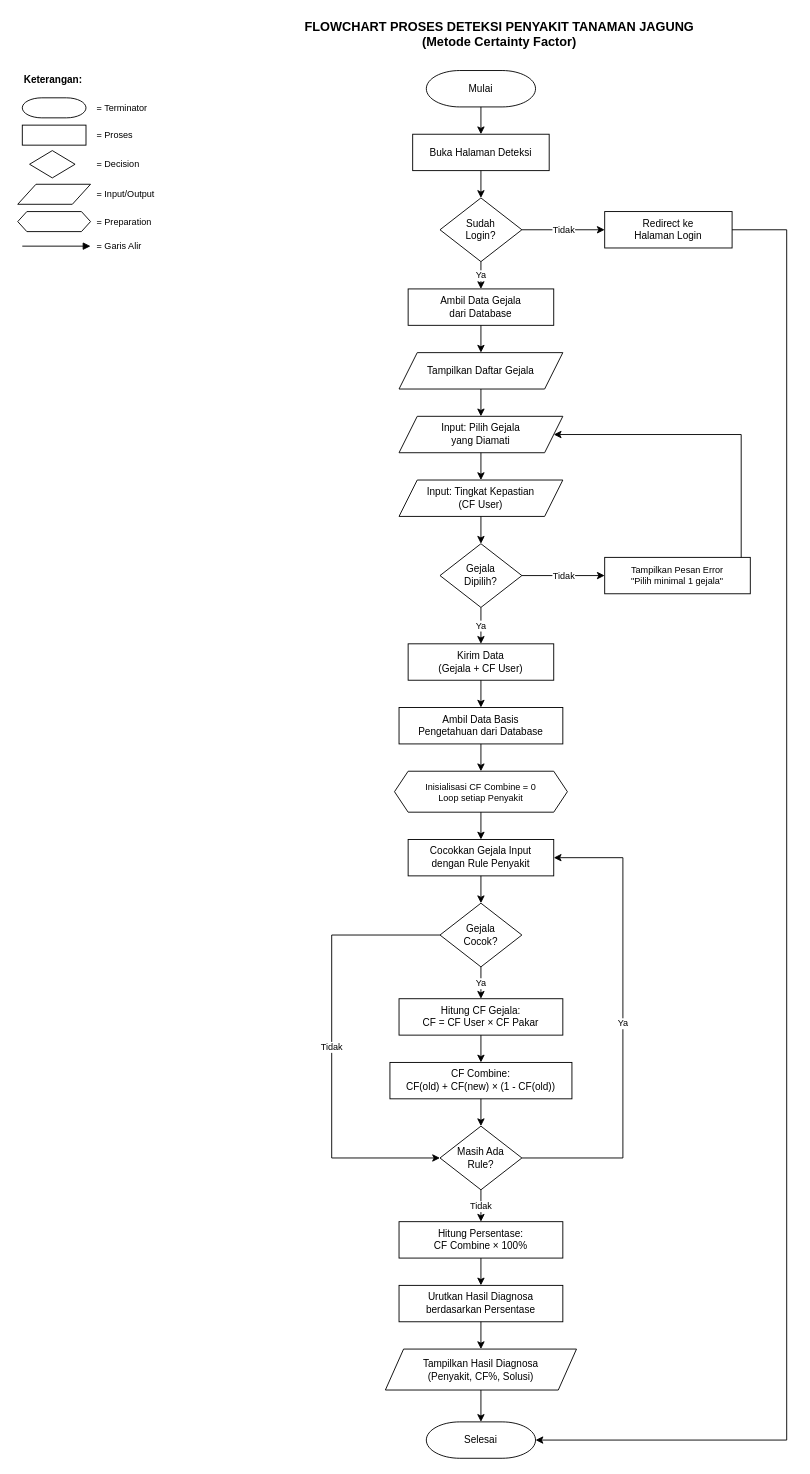
This is diagram/flowchart/flowchart_deteksi.drawio from NarmadaWeb/pakar-jagung, a draw.io file, before an edit. Source tidied: cells renumbered, new cells numbered last; positions are measured from the earlier drawing's top-left corner, leaving out a move shared by most shapes. Both pictures are drawn from the tidied source at 91%, with x=0, y=0 at pixel (17, 15).
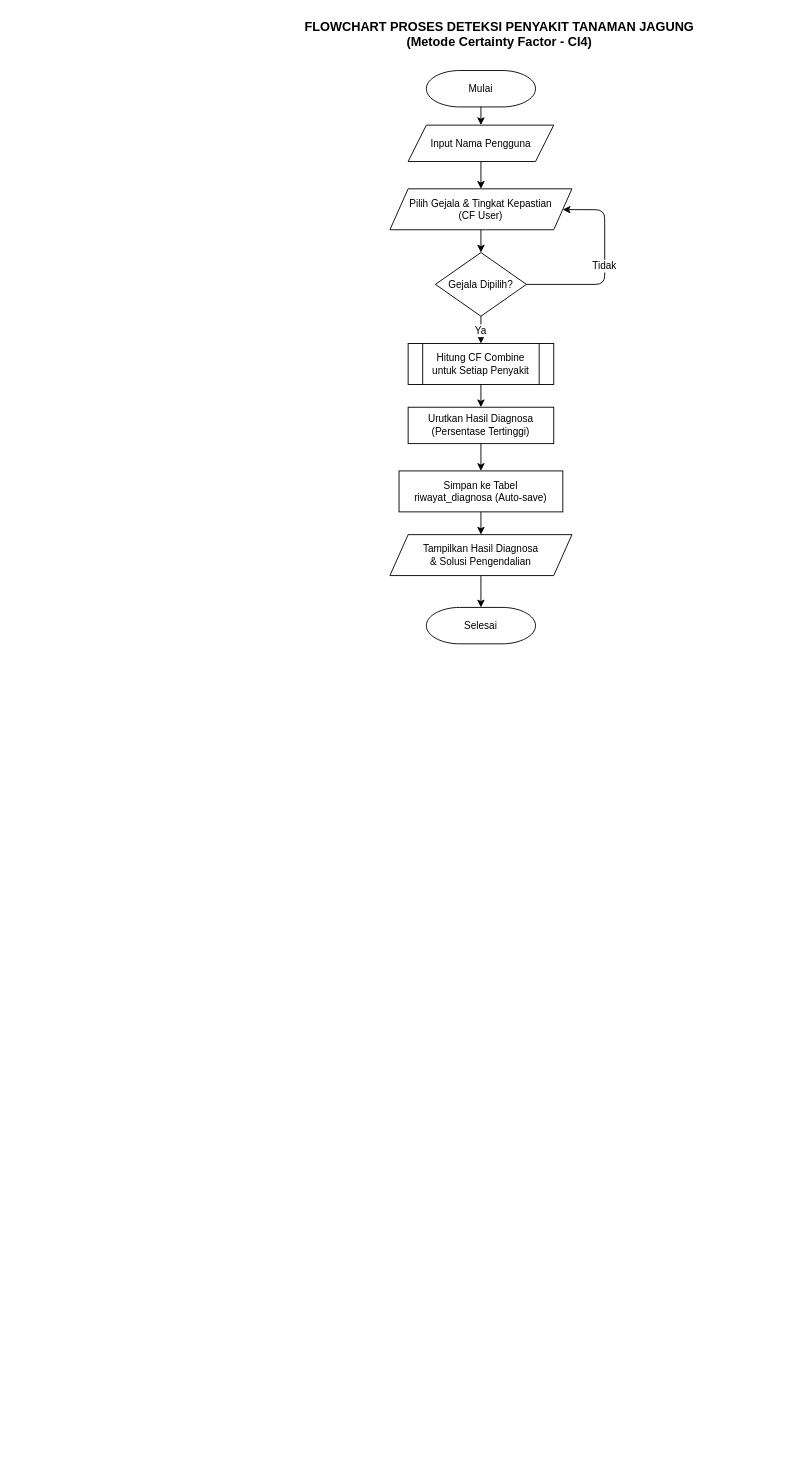
Above is the later version.

Unchanged cells that the change refers to:
```xml
<mxCell id="3" value="Mulai" style="shape=mxgraph.flowchart.terminator;whiteSpace=wrap;html=1;fillColor=#FFFFFF;strokeColor=#000000;fontSize=11;" parent="1" vertex="1">
  <mxGeometry x="449" y="60" width="120" height="40" as="geometry" />
</mxCell>
```

Change to the diagram source:
```diff
@@
-    <mxCell id="2" value="FLOWCHART PROSES DETEKSI PENYAKIT TANAMAN JAGUNG&#10;(Metode Certainty Factor)" style="text;html=1;strokeColor=none;fillColor=none;align=center;verticalAlign=middle;fontSize=14;fontStyle=1;fontColor=#000000;" parent="1" vertex="1">
+    <mxCell id="2" value="FLOWCHART PROSES DETEKSI PENYAKIT TANAMAN JAGUNG&#10;(Metode Certainty Factor - CI4)" style="text;html=1;strokeColor=none;fillColor=none;align=center;verticalAlign=middle;fontSize=14;fontStyle=1;fontColor=#000000;" parent="1" vertex="1">
       <mxGeometry x="229" width="600" height="40" as="geometry" />
     </mxCell>
@@
-    <mxCell id="4" value="Buka Halaman Deteksi" style="rounded=0;whiteSpace=wrap;html=1;fillColor=#FFFFFF;strokeColor=#000000;fontSize=11;" parent="1" vertex="1">
-      <mxGeometry x="434" y="130" width="150" height="40" as="geometry" />
-    </mxCell>
-    <mxCell id="5" value="Sudah&#10;Login?" style="rhombus;whiteSpace=wrap;html=1;fillColor=#FFFFFF;strokeColor=#000000;fontSize=11;" parent="1" vertex="1">
-      <mxGeometry x="464" y="200" width="90" height="70" as="geometry" />
-    </mxCell>
-    <mxCell id="6" value="Redirect ke&#10;Halaman Login" style="rounded=0;whiteSpace=wrap;html=1;fillColor=#FFFFFF;strokeColor=#000000;fontSize=11;" parent="1" vertex="1">
-      <mxGeometry x="645" y="215" width="140" height="40" as="geometry" />
-    </mxCell>
-    <mxCell id="7" value="Ambil Data Gejala&#10;dari Database" style="rounded=0;whiteSpace=wrap;html=1;fillColor=#FFFFFF;strokeColor=#000000;fontSize=11;" parent="1" vertex="1">
-      <mxGeometry x="429" y="300" width="160" height="40" as="geometry" />
-    </mxCell>
-    <mxCell id="8" value="Tampilkan Daftar Gejala" style="shape=parallelogram;perimeter=parallelogramPerimeter;whiteSpace=wrap;html=1;fillColor=#FFFFFF;strokeColor=#000000;fontSize=11;fixedSize=1;" parent="1" vertex="1">
-      <mxGeometry x="419" y="370" width="180" height="40" as="geometry" />
-    </mxCell>
-    <mxCell id="9" value="Input: Pilih Gejala&#10;yang Diamati" style="shape=parallelogram;perimeter=parallelogramPerimeter;whiteSpace=wrap;html=1;fillColor=#FFFFFF;strokeColor=#000000;fontSize=11;fixedSize=1;" parent="1" vertex="1">
-      <mxGeometry x="419" y="440" width="180" height="40" as="geometry" />
-    </mxCell>
-    <mxCell id="10" value="Input: Tingkat Kepastian&#10;(CF User)" style="shape=parallelogram;perimeter=parallelogramPerimeter;whiteSpace=wrap;html=1;fillColor=#FFFFFF;strokeColor=#000000;fontSize=11;fixedSize=1;" parent="1" vertex="1">
-      <mxGeometry x="419" y="510" width="180" height="40" as="geometry" />
-    </mxCell>
+    <mxCell id="63" value="Input Nama Pengguna" style="shape=parallelogram;perimeter=parallelogramPerimeter;whiteSpace=wrap;html=1;fillColor=#FFFFFF;strokeColor=#000000;fontSize=11;fixedSize=1;" parent="1" vertex="1">
+      <mxGeometry x="429" y="120" width="160" height="40" as="geometry" />
+    </mxCell>
+    <mxCell id="64" value="Pilih Gejala &amp; Tingkat Kepastian&#10;(CF User)" style="shape=parallelogram;perimeter=parallelogramPerimeter;whiteSpace=wrap;html=1;fillColor=#FFFFFF;strokeColor=#000000;fontSize=11;fixedSize=1;" parent="1" vertex="1">
+      <mxGeometry x="409" y="190" width="200" height="45" as="geometry" />
+    </mxCell>
-    <mxCell id="11" value="Gejala&#10;Dipilih?" style="rhombus;whiteSpace=wrap;html=1;fillColor=#FFFFFF;strokeColor=#000000;fontSize=11;" parent="1" vertex="1">
-      <mxGeometry x="464" y="580" width="90" height="70" as="geometry" />
+    <mxCell id="11" value="Gejala Dipilih?" style="rhombus;whiteSpace=wrap;html=1;fillColor=#FFFFFF;strokeColor=#000000;fontSize=11;" parent="1" vertex="1">
+      <mxGeometry x="459" y="260" width="100" height="70" as="geometry" />
     </mxCell>
-    <mxCell id="12" value="Tampilkan Pesan Error&#10;&quot;Pilih minimal 1 gejala&quot;" style="rounded=0;whiteSpace=wrap;html=1;fillColor=#FFFFFF;strokeColor=#000000;fontSize=10;" parent="1" vertex="1">
-      <mxGeometry x="645" y="595" width="160" height="40" as="geometry" />
-    </mxCell>
-    <mxCell id="13" value="Kirim Data&#10;(Gejala + CF User)" style="rounded=0;whiteSpace=wrap;html=1;fillColor=#FFFFFF;strokeColor=#000000;fontSize=11;" parent="1" vertex="1">
-      <mxGeometry x="429" y="690" width="160" height="40" as="geometry" />
-    </mxCell>
-    <mxCell id="14" value="Ambil Data Basis&#10;Pengetahuan dari Database" style="rounded=0;whiteSpace=wrap;html=1;fillColor=#FFFFFF;strokeColor=#000000;fontSize=11;" parent="1" vertex="1">
-      <mxGeometry x="419" y="760" width="180" height="40" as="geometry" />
-    </mxCell>
-    <mxCell id="15" value="Inisialisasi CF Combine = 0&#10;Loop setiap Penyakit" style="shape=hexagon;perimeter=hexagonPerimeter2;whiteSpace=wrap;html=1;fillColor=#FFFFFF;strokeColor=#000000;fontSize=10;fixedSize=1;size=15;" parent="1" vertex="1">
-      <mxGeometry x="414" y="830" width="190" height="45" as="geometry" />
-    </mxCell>
-    <mxCell id="16" value="Cocokkan Gejala Input&#10;dengan Rule Penyakit" style="rounded=0;whiteSpace=wrap;html=1;fillColor=#FFFFFF;strokeColor=#000000;fontSize=11;fontColor=#000000;" parent="1" vertex="1">
-      <mxGeometry x="429" y="905" width="160" height="40" as="geometry" />
-    </mxCell>
-    <mxCell id="17" value="Gejala&#10;Cocok?" style="rhombus;whiteSpace=wrap;html=1;fillColor=#FFFFFF;strokeColor=#000000;fontSize=11;" parent="1" vertex="1">
-      <mxGeometry x="464" y="975" width="90" height="70" as="geometry" />
-    </mxCell>
-    <mxCell id="18" value="Hitung CF Gejala:&#10;CF = CF User × CF Pakar" style="rounded=0;whiteSpace=wrap;html=1;fillColor=#FFFFFF;strokeColor=#000000;fontSize=11;" parent="1" vertex="1">
-      <mxGeometry x="419" y="1080" width="180" height="40" as="geometry" />
-    </mxCell>
-    <mxCell id="19" value="CF Combine:&#10;CF(old) + CF(new) × (1 - CF(old))" style="rounded=0;whiteSpace=wrap;html=1;fillColor=#FFFFFF;strokeColor=#000000;fontSize=11;" parent="1" vertex="1">
-      <mxGeometry x="409" y="1150" width="200" height="40" as="geometry" />
-    </mxCell>
-    <mxCell id="20" value="Masih Ada&#10;Rule?" style="rhombus;whiteSpace=wrap;html=1;fillColor=#FFFFFF;strokeColor=#000000;fontSize=11;" parent="1" vertex="1">
-      <mxGeometry x="464" y="1220" width="90" height="70" as="geometry" />
-    </mxCell>
-    <mxCell id="21" value="Hitung Persentase:&#10;CF Combine × 100%" style="rounded=0;whiteSpace=wrap;html=1;fillColor=#FFFFFF;strokeColor=#000000;fontSize=11;" parent="1" vertex="1">
-      <mxGeometry x="419" y="1325" width="180" height="40" as="geometry" />
-    </mxCell>
-    <mxCell id="22" value="Urutkan Hasil Diagnosa&#10;berdasarkan Persentase" style="rounded=0;whiteSpace=wrap;html=1;fillColor=#FFFFFF;strokeColor=#000000;fontSize=11;" parent="1" vertex="1">
-      <mxGeometry x="419" y="1395" width="180" height="40" as="geometry" />
-    </mxCell>
+    <mxCell id="65" value="Hitung CF Combine&#10;untuk Setiap Penyakit" style="shape=process;whiteSpace=wrap;html=1;fillColor=#FFFFFF;strokeColor=#000000;fontSize=11;size=0.1;" parent="1" vertex="1">
+      <mxGeometry x="429" y="360" width="160" height="45" as="geometry" />
+    </mxCell>
+    <mxCell id="66" value="Urutkan Hasil Diagnosa&#10;(Persentase Tertinggi)" style="rounded=0;whiteSpace=wrap;html=1;fillColor=#FFFFFF;strokeColor=#000000;fontSize=11;" parent="1" vertex="1">
+      <mxGeometry x="429" y="430" width="160" height="40" as="geometry" />
+    </mxCell>
+    <mxCell id="67" value="Simpan ke Tabel&#10;riwayat_diagnosa (Auto-save)" style="rounded=0;whiteSpace=wrap;html=1;fillColor=#FFFFFF;strokeColor=#000000;fontSize=11;" parent="1" vertex="1">
+      <mxGeometry x="419" y="500" width="180" height="45" as="geometry" />
+    </mxCell>
-    <mxCell id="23" value="Tampilkan Hasil Diagnosa&#10;(Penyakit, CF%, Solusi)" style="shape=parallelogram;perimeter=parallelogramPerimeter;whiteSpace=wrap;html=1;fillColor=#FFFFFF;strokeColor=#000000;fontSize=11;fixedSize=1;" parent="1" vertex="1">
-      <mxGeometry x="404" y="1465" width="210" height="45" as="geometry" />
+    <mxCell id="23" value="Tampilkan Hasil Diagnosa&#10;&amp; Solusi Pengendalian" style="shape=parallelogram;perimeter=parallelogramPerimeter;whiteSpace=wrap;html=1;fillColor=#FFFFFF;strokeColor=#000000;fontSize=11;fixedSize=1;" parent="1" vertex="1">
+      <mxGeometry x="409" y="570" width="200" height="45" as="geometry" />
     </mxCell>
     <mxCell id="24" value="Selesai" style="shape=mxgraph.flowchart.terminator;whiteSpace=wrap;html=1;fillColor=#FFFFFF;strokeColor=#000000;fontSize=11;" parent="1" vertex="1">
-      <mxGeometry x="449" y="1545" width="120" height="40" as="geometry" />
+      <mxGeometry x="449" y="650" width="120" height="40" as="geometry" />
     </mxCell>
-    <mxCell id="25" style="edgeStyle=orthogonalEdgeStyle;rounded=0;html=1;strokeColor=#000000;" parent="1" edge="1" source="3" target="4">
+    <mxCell id="25" parent="1" edge="1" source="3" target="63">
       <mxGeometry relative="1" as="geometry" />
     </mxCell>
-    <mxCell id="26" style="edgeStyle=orthogonalEdgeStyle;rounded=0;html=1;strokeColor=#000000;" parent="1" edge="1" source="4" target="5">
+    <mxCell id="26" parent="1" edge="1" source="63" target="64">
       <mxGeometry relative="1" as="geometry" />
     </mxCell>
-    <mxCell id="27" value="Tidak" style="edgeStyle=orthogonalEdgeStyle;rounded=0;html=1;strokeColor=#000000;fontSize=10;" parent="1" edge="1" source="5" target="6">
+    <mxCell id="27" parent="1" edge="1" source="64" target="11">
       <mxGeometry relative="1" as="geometry" />
     </mxCell>
-    <mxCell id="28" style="edgeStyle=orthogonalEdgeStyle;rounded=0;html=1;strokeColor=#000000;" parent="1" edge="1" source="6" target="24">
-      <mxGeometry relative="1" as="geometry">
-        <Array as="points">
-          <mxPoint x="845" y="235" />
-          <mxPoint x="845" y="1565" />
-        </Array>
-      </mxGeometry>
-    </mxCell>
-    <mxCell id="29" value="Ya" style="edgeStyle=orthogonalEdgeStyle;rounded=0;html=1;strokeColor=#000000;fontSize=10;" parent="1" edge="1" source="5" target="7">
+    <mxCell id="29" value="Ya" parent="1" edge="1" source="11" target="65">
       <mxGeometry relative="1" as="geometry" />
     </mxCell>
-    <mxCell id="30" style="edgeStyle=orthogonalEdgeStyle;rounded=0;html=1;strokeColor=#000000;" parent="1" edge="1" source="7" target="8">
-      <mxGeometry relative="1" as="geometry" />
+    <mxCell id="30" value="Tidak" parent="1" edge="1" source="11" target="64">
+      <mxGeometry relative="1" as="geometry">
+        <Array as="points">
+          <mxPoint x="645" y="295" />
+          <mxPoint x="645" y="213" />
+        </Array>
+      </mxGeometry>
     </mxCell>
-    <mxCell id="31" style="edgeStyle=orthogonalEdgeStyle;rounded=0;html=1;strokeColor=#000000;" parent="1" edge="1" source="8" target="9">
+    <mxCell id="31" parent="1" edge="1" source="65" target="66">
       <mxGeometry relative="1" as="geometry" />
     </mxCell>
-    <mxCell id="32" style="edgeStyle=orthogonalEdgeStyle;rounded=0;html=1;strokeColor=#000000;" parent="1" edge="1" source="9" target="10">
+    <mxCell id="32" parent="1" edge="1" source="66" target="67">
       <mxGeometry relative="1" as="geometry" />
     </mxCell>
-    <mxCell id="33" style="edgeStyle=orthogonalEdgeStyle;rounded=0;html=1;strokeColor=#000000;" parent="1" edge="1" source="10" target="11">
+    <mxCell id="33" parent="1" edge="1" source="67" target="23">
       <mxGeometry relative="1" as="geometry" />
     </mxCell>
-    <mxCell id="34" value="Tidak" style="edgeStyle=orthogonalEdgeStyle;rounded=0;html=1;strokeColor=#000000;fontSize=10;" parent="1" edge="1" source="11" target="12">
+    <mxCell id="34" parent="1" edge="1" source="23" target="24">
       <mxGeometry relative="1" as="geometry" />
     </mxCell>
-    <mxCell id="35" style="edgeStyle=orthogonalEdgeStyle;rounded=0;html=1;strokeColor=#000000;" parent="1" edge="1" source="12" target="9">
-      <mxGeometry relative="1" as="geometry">
-        <Array as="points">
-          <mxPoint x="795" y="460" />
-        </Array>
-      </mxGeometry>
-    </mxCell>
-    <mxCell id="36" value="Ya" style="edgeStyle=orthogonalEdgeStyle;rounded=0;html=1;strokeColor=#000000;fontSize=10;" parent="1" edge="1" source="11" target="13">
-      <mxGeometry relative="1" as="geometry" />
-    </mxCell>
-    <mxCell id="37" style="edgeStyle=orthogonalEdgeStyle;rounded=0;html=1;strokeColor=#000000;" parent="1" edge="1" source="13" target="14">
-      <mxGeometry relative="1" as="geometry" />
-    </mxCell>
-    <mxCell id="38" style="edgeStyle=orthogonalEdgeStyle;rounded=0;html=1;strokeColor=#000000;" parent="1" edge="1" source="14" target="15">
-      <mxGeometry relative="1" as="geometry" />
-    </mxCell>
-    <mxCell id="39" style="edgeStyle=orthogonalEdgeStyle;rounded=0;html=1;strokeColor=#000000;" parent="1" edge="1" source="15" target="16">
-      <mxGeometry relative="1" as="geometry" />
-    </mxCell>
-    <mxCell id="40" style="edgeStyle=orthogonalEdgeStyle;rounded=0;html=1;strokeColor=#000000;" parent="1" edge="1" source="16" target="17">
-      <mxGeometry relative="1" as="geometry" />
-    </mxCell>
-    <mxCell id="41" value="Tidak" style="edgeStyle=orthogonalEdgeStyle;rounded=0;html=1;strokeColor=#000000;fontSize=10;" parent="1" edge="1" source="17" target="20">
-      <mxGeometry relative="1" as="geometry">
-        <Array as="points">
-          <mxPoint x="345" y="1010" />
-          <mxPoint x="345" y="1255" />
-        </Array>
-      </mxGeometry>
-    </mxCell>
-    <mxCell id="42" value="Ya" style="edgeStyle=orthogonalEdgeStyle;rounded=0;html=1;strokeColor=#000000;fontSize=10;" parent="1" edge="1" source="17" target="18">
-      <mxGeometry relative="1" as="geometry" />
-    </mxCell>
-    <mxCell id="43" style="edgeStyle=orthogonalEdgeStyle;rounded=0;html=1;strokeColor=#000000;" parent="1" edge="1" source="18" target="19">
-      <mxGeometry relative="1" as="geometry" />
-    </mxCell>
-    <mxCell id="44" style="edgeStyle=orthogonalEdgeStyle;rounded=0;html=1;strokeColor=#000000;" parent="1" edge="1" source="19" target="20">
-      <mxGeometry relative="1" as="geometry" />
-    </mxCell>
-    <mxCell id="45" value="Ya" style="edgeStyle=orthogonalEdgeStyle;rounded=0;html=1;strokeColor=#000000;fontSize=10;" parent="1" edge="1" source="20" target="16">
-      <mxGeometry relative="1" as="geometry">
-        <Array as="points">
-          <mxPoint x="665" y="1255" />
-          <mxPoint x="665" y="925" />
-        </Array>
-      </mxGeometry>
-    </mxCell>
-    <mxCell id="46" value="Tidak" style="edgeStyle=orthogonalEdgeStyle;rounded=0;html=1;strokeColor=#000000;fontSize=10;" parent="1" edge="1" source="20" target="21">
-      <mxGeometry relative="1" as="geometry" />
-    </mxCell>
-    <mxCell id="47" style="edgeStyle=orthogonalEdgeStyle;rounded=0;html=1;strokeColor=#000000;" parent="1" edge="1" source="21" target="22">
-      <mxGeometry relative="1" as="geometry" />
-    </mxCell>
-    <mxCell id="48" style="edgeStyle=orthogonalEdgeStyle;rounded=0;html=1;strokeColor=#000000;" parent="1" edge="1" source="22" target="23">
-      <mxGeometry relative="1" as="geometry" />
-    </mxCell>
-    <mxCell id="49" style="edgeStyle=orthogonalEdgeStyle;rounded=0;html=1;strokeColor=#000000;" parent="1" edge="1" source="23" target="24">
-      <mxGeometry relative="1" as="geometry" />
-    </mxCell>
-    <mxCell id="50" value="Keterangan:" style="text;html=1;strokeColor=none;fillColor=none;align=left;verticalAlign=middle;fontSize=11;fontStyle=1;" parent="1" vertex="1">
-      <mxGeometry x="5" y="60" width="100" height="20" as="geometry" />
-    </mxCell>
-    <mxCell id="51" style="shape=mxgraph.flowchart.terminator;whiteSpace=wrap;html=1;fillColor=#FFFFFF;strokeColor=#000000;" parent="1" vertex="1">
-      <mxGeometry x="5" y="90" width="70" height="22" as="geometry" />
-    </mxCell>
-    <mxCell id="52" value="= Terminator" style="text;html=1;strokeColor=none;fillColor=none;align=left;verticalAlign=middle;fontSize=10;" parent="1" vertex="1">
-      <mxGeometry x="85" y="90" width="120" height="22" as="geometry" />
-    </mxCell>
-    <mxCell id="53" style="rounded=0;whiteSpace=wrap;html=1;fillColor=#FFFFFF;strokeColor=#000000;" parent="1" vertex="1">
-      <mxGeometry x="5" y="120" width="70" height="22" as="geometry" />
-    </mxCell>
-    <mxCell id="54" value="= Proses" style="text;html=1;strokeColor=none;fillColor=none;align=left;verticalAlign=middle;fontSize=10;" parent="1" vertex="1">
-      <mxGeometry x="85" y="120" width="120" height="22" as="geometry" />
-    </mxCell>
-    <mxCell id="55" style="rhombus;whiteSpace=wrap;html=1;fillColor=#FFFFFF;strokeColor=#000000;" parent="1" vertex="1">
-      <mxGeometry x="13" y="148" width="50" height="30" as="geometry" />
-    </mxCell>
-    <mxCell id="56" value="= Decision" style="text;html=1;strokeColor=none;fillColor=none;align=left;verticalAlign=middle;fontSize=10;" parent="1" vertex="1">
-      <mxGeometry x="85" y="152" width="120" height="22" as="geometry" />
-    </mxCell>
-    <mxCell id="57" style="shape=parallelogram;perimeter=parallelogramPerimeter;whiteSpace=wrap;html=1;fillColor=#FFFFFF;strokeColor=#000000;fixedSize=1;" parent="1" vertex="1">
-      <mxGeometry y="185" width="80" height="22" as="geometry" />
-    </mxCell>
-    <mxCell id="58" value="= Input/Output" style="text;html=1;strokeColor=none;fillColor=none;align=left;verticalAlign=middle;fontSize=10;" parent="1" vertex="1">
-      <mxGeometry x="85" y="185" width="120" height="22" as="geometry" />
-    </mxCell>
-    <mxCell id="59" style="shape=hexagon;perimeter=hexagonPerimeter2;whiteSpace=wrap;html=1;fillColor=#FFFFFF;strokeColor=#000000;fixedSize=1;size=10;" parent="1" vertex="1">
-      <mxGeometry y="215" width="80" height="22" as="geometry" />
-    </mxCell>
-    <mxCell id="60" value="= Preparation" style="text;html=1;strokeColor=none;fillColor=none;align=left;verticalAlign=middle;fontSize=10;" parent="1" vertex="1">
-      <mxGeometry x="85" y="215" width="120" height="22" as="geometry" />
-    </mxCell>
-    <mxCell id="61" style="endArrow=block;html=1;strokeColor=#000000;endFill=1;" parent="1" edge="1">
-      <mxGeometry relative="1" as="geometry">
-        <mxPoint x="5" y="253" as="sourcePoint" />
-        <mxPoint x="80" y="253" as="targetPoint" />
-      </mxGeometry>
-    </mxCell>
-    <mxCell id="62" value="= Garis Alir" style="text;html=1;strokeColor=none;fillColor=none;align=left;verticalAlign=middle;fontSize=10;" parent="1" vertex="1">
-      <mxGeometry x="85" y="242" width="120" height="22" as="geometry" />
-    </mxCell>
```
